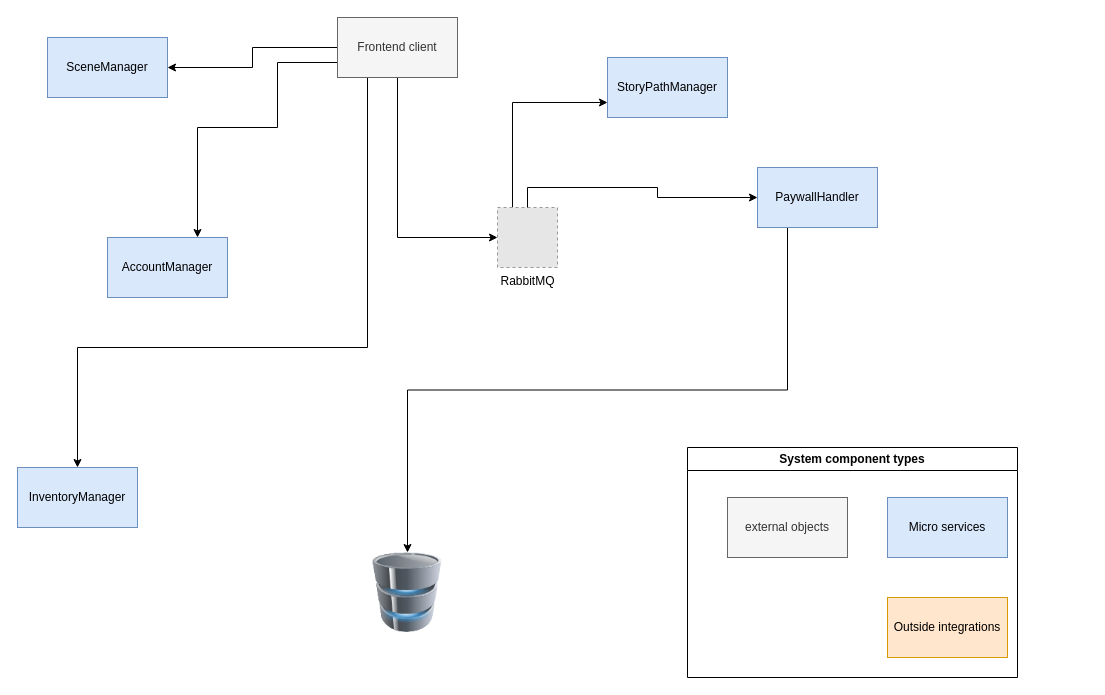
Above: architecture diagram.drawio in Grupp2B-Spam/RPG_Choose_Your_Fate_Sem2 (draw.io), before the change. Source tidied: cells renumbered, new cells numbered last; positions are measured from the earlier drawing's top-left corner, leaving out a move shared by most shapes. Both pictures are drawn from the tidied source at 100%, with x=0, y=0 at pixel (17, 17). Pictures stored in the file or linked from it are replaced by grey dashed boxes.
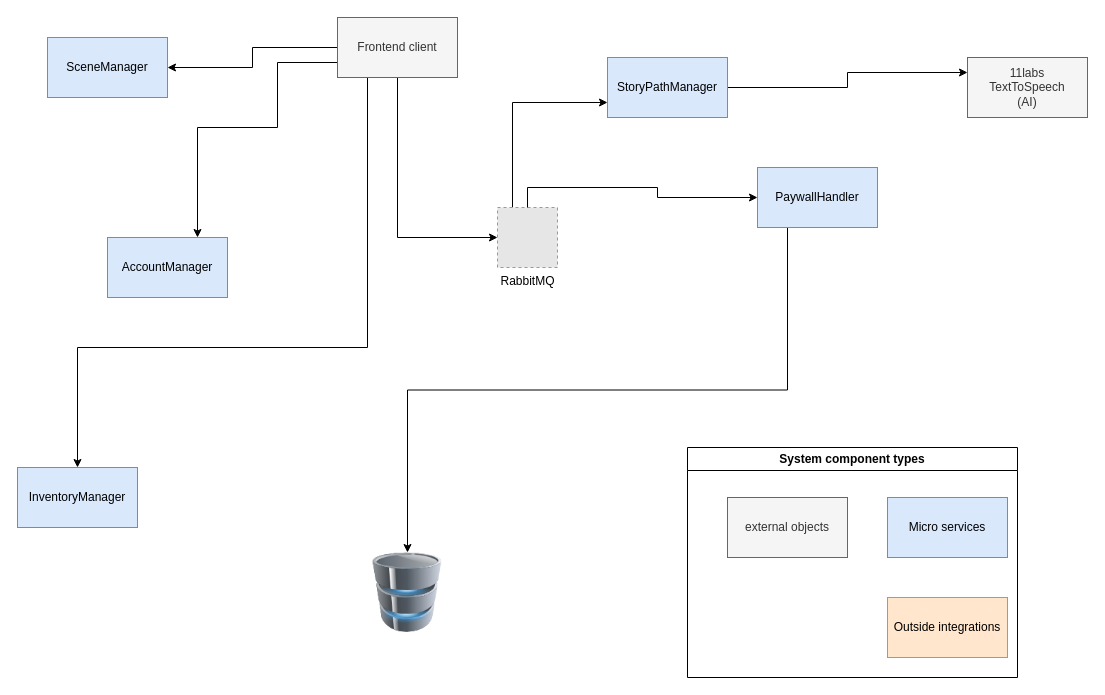
The same diagram, later.

Unchanged cells that the change refers to:
```xml
<mxCell id="16" value="StoryPathManager" style="rounded=0;whiteSpace=wrap;html=1;fillColor=#dae8fc;strokeColor=#6c8ebf;" parent="1" vertex="1">
  <mxGeometry x="590" y="40" width="120" height="60" as="geometry" />
</mxCell>
```

What changed in the source:
```diff
@@
+    <mxCell id="21" style="edgeStyle=orthogonalEdgeStyle;rounded=0;jettySize=auto;html=1;exitX=1;exitY=0.5;exitDx=0;exitDy=0;entryX=0;entryY=0.25;entryDx=0;entryDy=0;" parent="1" edge="1" source="16" target="22">
+      <mxGeometry relative="1" as="geometry" />
+    </mxCell>
@@
+    <mxCell id="22" value="11labs&lt;br&gt;TextToSpeech&lt;br&gt;(AI)" style="rounded=0;whiteSpace=wrap;html=1;fillColor=#f5f5f5;fontColor=#333333;strokeColor=#666666;" parent="1" vertex="1">
+      <mxGeometry x="950" y="40" width="120" height="60" as="geometry" />
+    </mxCell>
```
